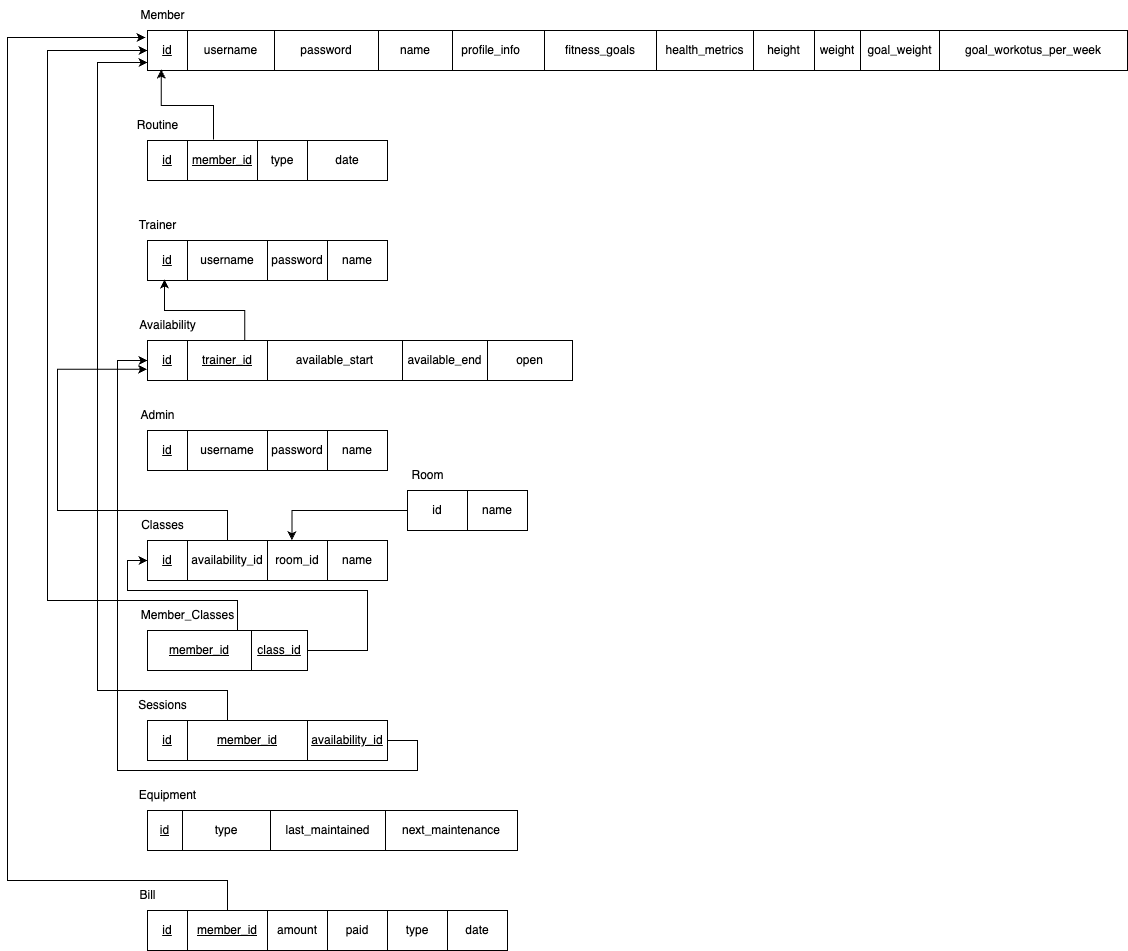
Earlier version of the draw.io export docs/v2_diagrams-Relational Schema.drawio.png (elkhourynathan/comp3005_project_v2). Source tidied: cells renumbered, new cells last; positions are measured from the earlier drawing's top-left corner, leaving out a move shared by most shapes.
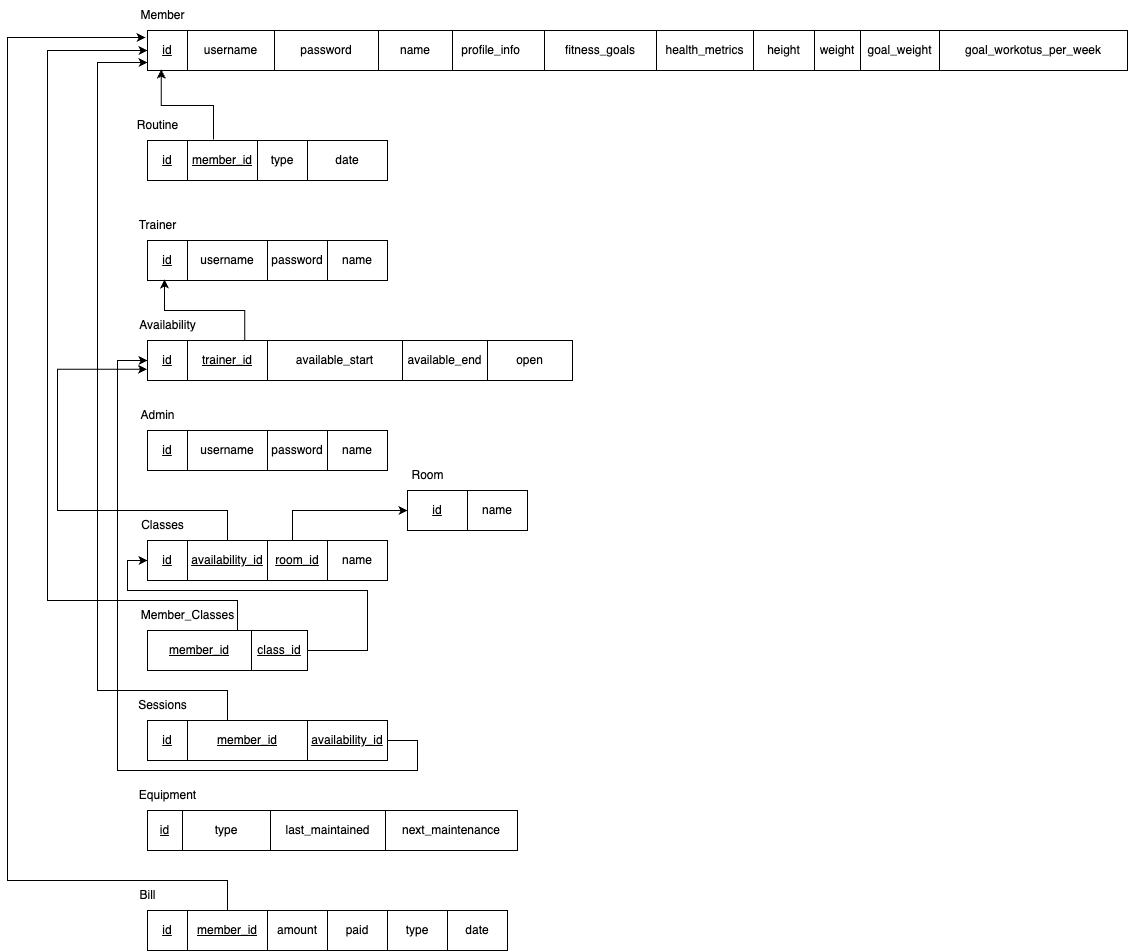
After the change.

The edit, as a diff of the source:
```diff
@@ -155,10 +155,10 @@
     <mxCell id="50" value="&lt;u&gt;id&lt;/u&gt;" style="shape=partialRectangle;html=1;whiteSpace=wrap;strokeColor=inherit;overflow=hidden;fillColor=none;top=0;left=0;bottom=0;right=0;" parent="49" vertex="1">
       <mxGeometry width="40" height="40" as="geometry" />
     </mxCell>
-    <mxCell id="51" value="availability_id" style="shape=partialRectangle;html=1;whiteSpace=wrap;strokeColor=inherit;overflow=hidden;fillColor=none;top=0;left=0;bottom=0;right=0;" parent="49" vertex="1">
+    <mxCell id="51" value="&lt;u&gt;availability_id&lt;/u&gt;" style="shape=partialRectangle;html=1;whiteSpace=wrap;strokeColor=inherit;overflow=hidden;fillColor=none;top=0;left=0;bottom=0;right=0;" parent="49" vertex="1">
       <mxGeometry x="40" width="80" height="40" as="geometry" />
     </mxCell>
-    <mxCell id="52" value="room_id" style="shape=partialRectangle;html=1;whiteSpace=wrap;strokeColor=inherit;overflow=hidden;fillColor=none;top=0;left=0;bottom=0;right=0;" parent="49" vertex="1">
+    <mxCell id="52" value="&lt;u&gt;room_id&lt;/u&gt;" style="shape=partialRectangle;html=1;whiteSpace=wrap;strokeColor=inherit;overflow=hidden;fillColor=none;top=0;left=0;bottom=0;right=0;" parent="49" vertex="1">
       <mxGeometry x="120" width="60" height="40" as="geometry" />
     </mxCell>
     <mxCell id="53" value="name" style="shape=partialRectangle;html=1;whiteSpace=wrap;strokeColor=inherit;overflow=hidden;fillColor=none;top=0;left=0;bottom=0;right=0;" parent="49" vertex="1">
@@ -302,7 +302,7 @@
     <mxCell id="88" style="shape=tableRow;horizontal=0;startSize=0;swimlaneHead=0;swimlaneBody=0;strokeColor=inherit;top=0;left=0;bottom=0;right=0;fillColor=none;points=[[0,0.5],[1,0.5]];portConstraint=eastwest;fontFamily=Helvetica;fontSize=12;fontColor=default;" parent="87" vertex="1">
       <mxGeometry width="120" height="40" as="geometry" />
     </mxCell>
-    <mxCell id="89" value="id" style="shape=partialRectangle;html=1;whiteSpace=wrap;strokeColor=inherit;overflow=hidden;fillColor=none;top=0;left=0;bottom=0;right=0;fontFamily=Helvetica;fontSize=12;fontColor=default;startSize=0;" parent="88" vertex="1">
+    <mxCell id="89" value="&lt;u&gt;id&lt;/u&gt;" style="shape=partialRectangle;html=1;whiteSpace=wrap;strokeColor=inherit;overflow=hidden;fillColor=none;top=0;left=0;bottom=0;right=0;fontFamily=Helvetica;fontSize=12;fontColor=default;startSize=0;" parent="88" vertex="1">
       <mxGeometry width="60" height="40" as="geometry" />
     </mxCell>
     <mxCell id="90" value="name" style="shape=partialRectangle;html=1;whiteSpace=wrap;strokeColor=inherit;overflow=hidden;fillColor=none;top=0;left=0;bottom=0;right=0;fontFamily=Helvetica;fontSize=12;fontColor=default;startSize=0;" parent="88" vertex="1">
@@ -311,8 +311,8 @@
     <mxCell id="91" value="Room" style="text;html=1;align=center;verticalAlign=middle;strokeColor=none;fillColor=none;fontSize=12;fontFamily=Helvetica;fontColor=default;" parent="1" vertex="1">
       <mxGeometry x="390" y="460" width="60" height="30" as="geometry" />
     </mxCell>
-    <mxCell id="92" style="edgeStyle=orthogonalEdgeStyle;rounded=0;jettySize=auto;html=1;entryX=0.602;entryY=-0.008;entryDx=0;entryDy=0;entryPerimeter=0;fontFamily=Helvetica;fontSize=12;fontColor=default;startSize=0;" parent="1" edge="1" source="88" target="49">
-      <mxGeometry relative="1" as="geometry" />
-    </mxCell>
+    <mxCell id="93" style="edgeStyle=orthogonalEdgeStyle;rounded=0;jettySize=auto;html=1;entryX=0;entryY=0.5;entryDx=0;entryDy=0;exitX=0.604;exitY=0.014;exitDx=0;exitDy=0;exitPerimeter=0;" parent="1" edge="1" source="49" target="88">
+      <mxGeometry relative="1" as="geometry" />
+    </mxCell>
   </root>
 </mxGraphModel>
```
